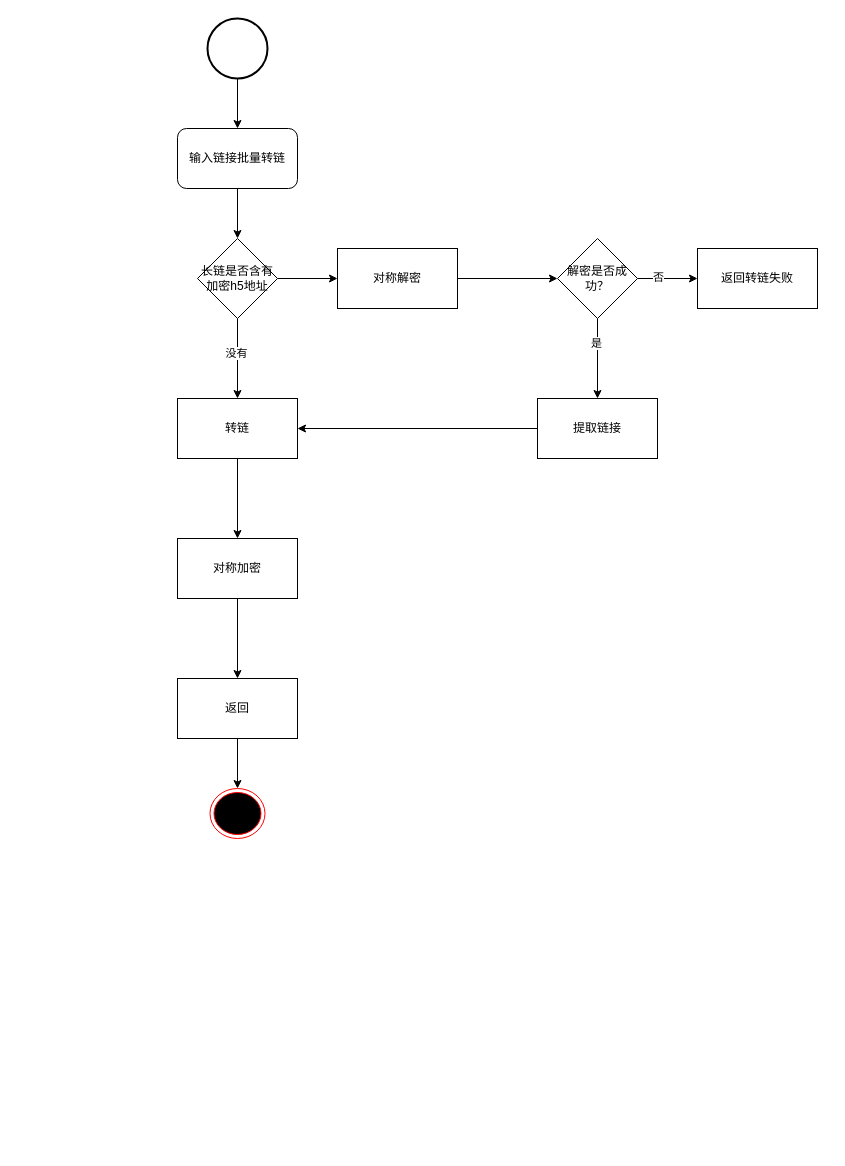
Earlier version of the draw.io diagram miyuan/转链加密.drawio (smallleaf/draw.io). Source tidied: cells renumbered, new cells numbered last; positions are measured from the earlier drawing's top-left corner, leaving out a move shared by most shapes. Both pictures are drawn from the tidied source at 100%, with x=0, y=0 at pixel (177, 18).
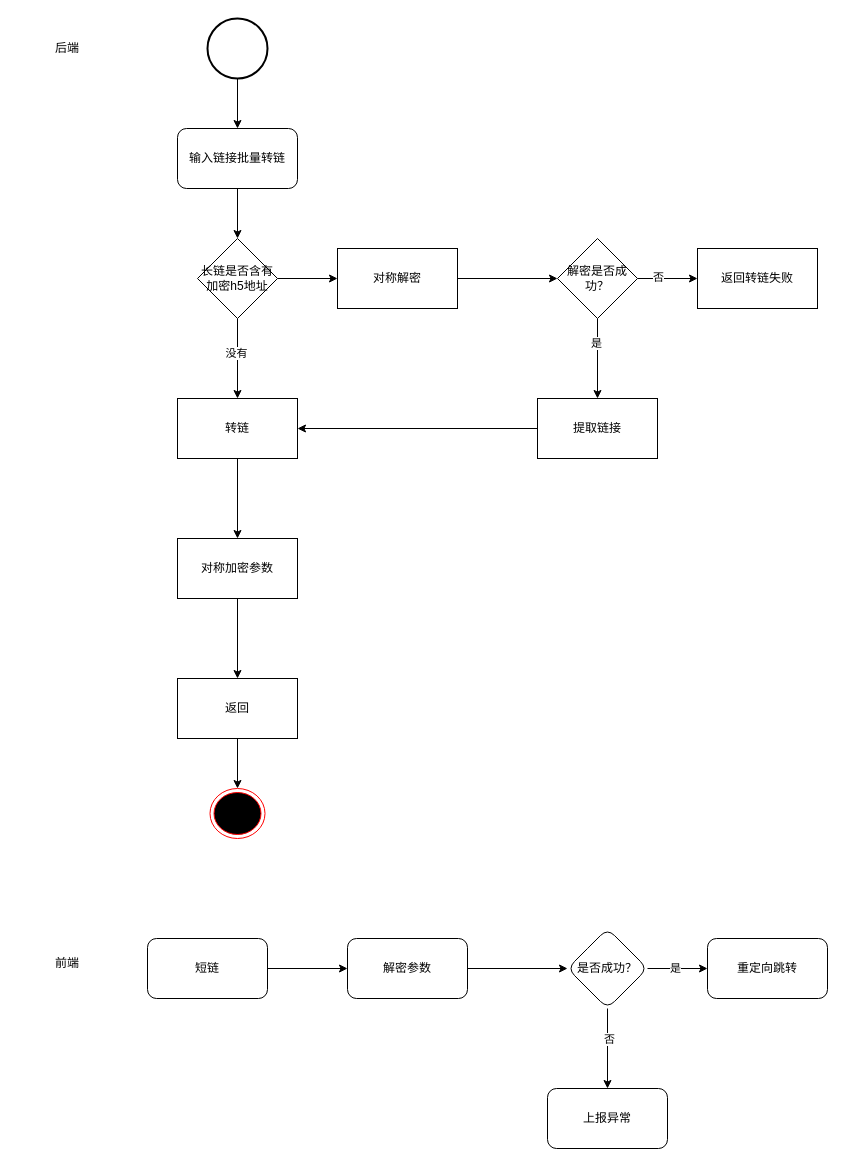
The same diagram, later.

Commit message (it also covers changes not shown here):
更新转链加密.drawio

Diff of the diagram source:
```diff
@@
-    <mxCell id="23" value="对称加密" style="whiteSpace=wrap;html=1;" parent="1" vertex="1">
+    <mxCell id="23" value="对称加密参数" style="whiteSpace=wrap;html=1;" parent="1" vertex="1">
       <mxGeometry y="520" width="120" height="60" as="geometry" />
     </mxCell>
@@
+    <mxCell id="27" value="后端" style="text;html=1;align=center;verticalAlign=middle;whiteSpace=wrap;rounded=0;" parent="1" vertex="1">
+      <mxGeometry x="-160" y="2.5" width="100" height="55" as="geometry" />
+    </mxCell>
+    <mxCell id="28" value="前端" style="text;html=1;align=center;verticalAlign=middle;whiteSpace=wrap;rounded=0;" parent="1" vertex="1">
+      <mxGeometry x="-140" y="930" width="60" height="30" as="geometry" />
+    </mxCell>
+    <mxCell id="29" style="edgeStyle=orthogonalEdgeStyle;rounded=0;jettySize=auto;html=1;" parent="1" edge="1" source="30" target="32">
+      <mxGeometry relative="1" as="geometry" />
+    </mxCell>
+    <mxCell id="30" value="短链" style="rounded=1;whiteSpace=wrap;html=1;" parent="1" vertex="1">
+      <mxGeometry x="-30" y="920" width="120" height="60" as="geometry" />
+    </mxCell>
+    <mxCell id="31" style="edgeStyle=orthogonalEdgeStyle;rounded=0;jettySize=auto;html=1;" parent="1" edge="1" source="32" target="37">
+      <mxGeometry relative="1" as="geometry" />
+    </mxCell>
+    <mxCell id="32" value="解密参数" style="rounded=1;whiteSpace=wrap;html=1;" parent="1" vertex="1">
+      <mxGeometry x="170" y="920" width="120" height="60" as="geometry" />
+    </mxCell>
+    <mxCell id="33" style="edgeStyle=orthogonalEdgeStyle;rounded=0;jettySize=auto;html=1;" parent="1" edge="1" source="37" target="38">
+      <mxGeometry relative="1" as="geometry" />
+    </mxCell>
+    <mxCell id="34" value="是" style="edgeLabel;html=1;align=center;verticalAlign=middle;" parent="33" vertex="1">
+      <mxGeometry x="-0.11" y="1" relative="1" as="geometry" />
+    </mxCell>
+    <mxCell id="35" style="edgeStyle=orthogonalEdgeStyle;rounded=0;jettySize=auto;html=1;" parent="1" edge="1" source="37" target="39">
+      <mxGeometry relative="1" as="geometry" />
+    </mxCell>
+    <mxCell id="36" value="否" style="edgeLabel;html=1;align=center;verticalAlign=middle;" parent="35" vertex="1">
+      <mxGeometry x="-0.24" y="1" relative="1" as="geometry" />
+    </mxCell>
+    <mxCell id="37" value="是否成功？" style="rhombus;whiteSpace=wrap;html=1;rounded=1;" parent="1" vertex="1">
+      <mxGeometry x="390" y="910" width="80" height="80" as="geometry" />
+    </mxCell>
+    <mxCell id="38" value="重定向跳转" style="whiteSpace=wrap;html=1;rounded=1;" parent="1" vertex="1">
+      <mxGeometry x="530" y="920" width="120" height="60" as="geometry" />
+    </mxCell>
+    <mxCell id="39" value="上报异常" style="whiteSpace=wrap;html=1;rounded=1;" parent="1" vertex="1">
+      <mxGeometry x="370" y="1070" width="120" height="60" as="geometry" />
+    </mxCell>
```
